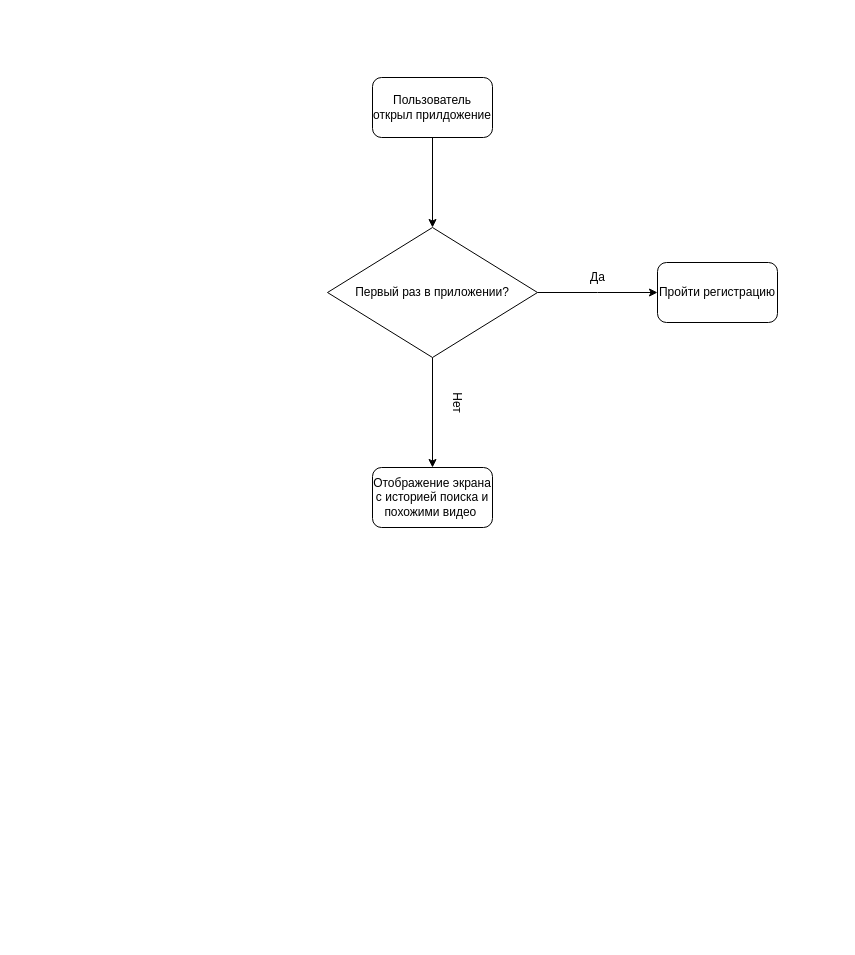
Before: Диаграмма последовательности.drawio in dimafominykh/univer-, a draw.io diagram. Source tidied: cells renumbered, new cells numbered last; positions are measured from the earlier drawing's top-left corner, leaving out a move shared by most shapes. Both pictures are drawn from the tidied source at 100%, with x=0, y=0 at pixel (327, 77).
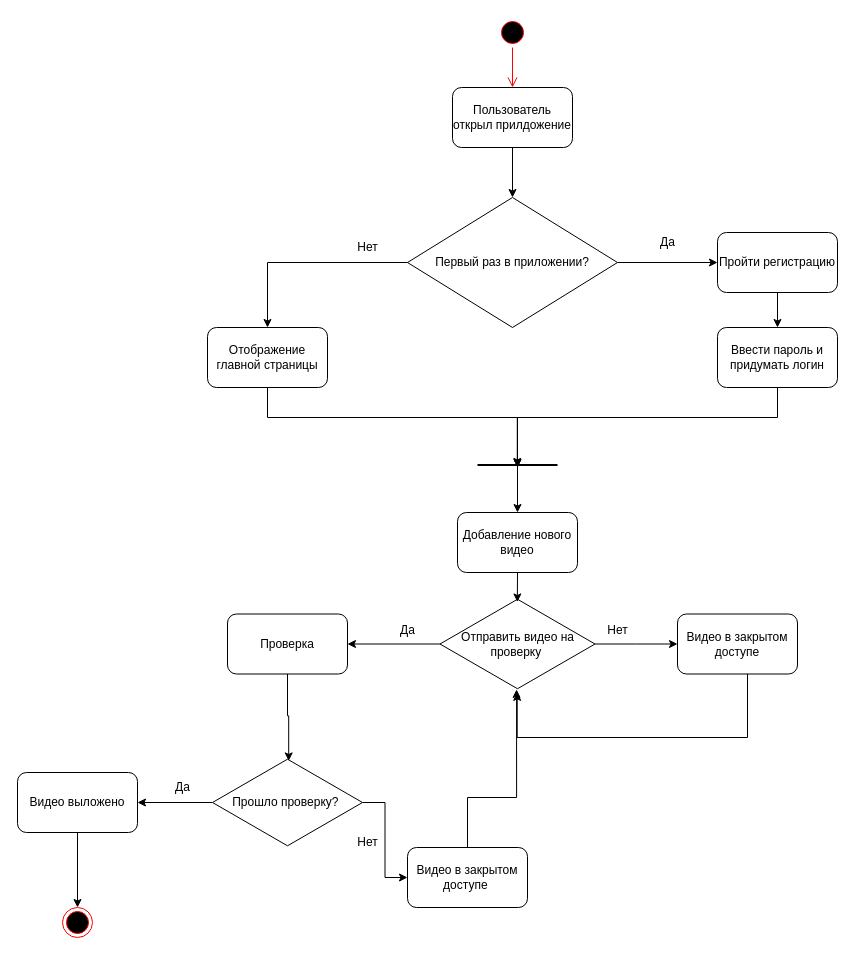
The same page after the edit.

Change to the diagram source:
```diff
@@
     <mxCell id="2" value="Пользователь открыл прилдожение" style="rounded=1;whiteSpace=wrap;html=1;" parent="1" vertex="1">
-      <mxGeometry x="45" width="120" height="60" as="geometry" />
+      <mxGeometry x="125" y="10" width="120" height="60" as="geometry" />
     </mxCell>
-    <mxCell id="3" style="edgeStyle=orthogonalEdgeStyle;rounded=0;jettySize=auto;html=1;exitX=1;exitY=0.5;exitDx=0;exitDy=0;" parent="1" edge="1" source="5">
-      <mxGeometry relative="1" as="geometry">
-        <mxPoint x="330" y="215" as="targetPoint" />
-      </mxGeometry>
+    <mxCell id="3" style="edgeStyle=orthogonalEdgeStyle;rounded=0;jettySize=auto;html=1;exitX=1;exitY=0.5;exitDx=0;exitDy=0;entryX=0;entryY=0.5;entryDx=0;entryDy=0;" parent="1" edge="1" source="5" target="7">
+      <mxGeometry relative="1" as="geometry" />
     </mxCell>
-    <mxCell id="4" style="edgeStyle=orthogonalEdgeStyle;rounded=0;jettySize=auto;html=1;exitX=0.5;exitY=1;exitDx=0;exitDy=0;entryX=0.5;entryY=0;entryDx=0;entryDy=0;" parent="1" edge="1" source="5" target="9">
+    <mxCell id="4" style="edgeStyle=orthogonalEdgeStyle;rounded=0;jettySize=auto;html=1;exitX=0;exitY=0.5;exitDx=0;exitDy=0;entryX=0.5;entryY=0;entryDx=0;entryDy=0;" parent="1" edge="1" source="5" target="9">
       <mxGeometry relative="1" as="geometry" />
     </mxCell>
     <mxCell id="5" value="Первый раз в приложении?" style="rhombus;whiteSpace=wrap;html=1;" parent="1" vertex="1">
-      <mxGeometry y="150" width="210" height="130" as="geometry" />
+      <mxGeometry x="80" y="120" width="210" height="130" as="geometry" />
     </mxCell>
@@
+    <mxCell id="11" style="edgeStyle=orthogonalEdgeStyle;rounded=0;jettySize=auto;html=1;exitX=0.5;exitY=1;exitDx=0;exitDy=0;" parent="1" edge="1" source="7" target="14">
+      <mxGeometry relative="1" as="geometry" />
+    </mxCell>
     <mxCell id="7" value="Пройти регистрацию" style="rounded=1;whiteSpace=wrap;html=1;" parent="1" vertex="1">
-      <mxGeometry x="330" y="185" width="120" height="60" as="geometry" />
+      <mxGeometry x="390" y="155" width="120" height="60" as="geometry" />
     </mxCell>
     <mxCell id="8" value="Да" style="text;html=1;align=center;verticalAlign=middle;strokeColor=none;fillColor=none;" parent="1" vertex="1">
-      <mxGeometry x="250" y="185" width="40" height="30" as="geometry" />
+      <mxGeometry x="320" y="150" width="40" height="30" as="geometry" />
     </mxCell>
+    <mxCell id="12" style="edgeStyle=orthogonalEdgeStyle;rounded=0;jettySize=auto;html=1;exitX=0.5;exitY=1;exitDx=0;exitDy=0;" parent="1" edge="1" source="9">
+      <mxGeometry relative="1" as="geometry">
+        <mxPoint x="190" y="390" as="targetPoint" />
+        <Array as="points">
+          <mxPoint x="-60" y="340" />
+          <mxPoint x="190" y="340" />
+        </Array>
+      </mxGeometry>
+    </mxCell>
-    <mxCell id="9" value="Отображение экрана с историей поиска и похожими видео&amp;nbsp;" style="rounded=1;whiteSpace=wrap;html=1;" parent="1" vertex="1">
-      <mxGeometry x="45" y="390" width="120" height="60" as="geometry" />
+    <mxCell id="9" value="Отображение главной страницы" style="rounded=1;whiteSpace=wrap;html=1;" parent="1" vertex="1">
+      <mxGeometry x="-120" y="250" width="120" height="60" as="geometry" />
     </mxCell>
-    <mxCell id="10" value="Нет" style="text;html=1;align=center;verticalAlign=middle;strokeColor=none;fillColor=none;rotation=90;" parent="1" vertex="1">
-      <mxGeometry x="110" y="310" width="40" height="30" as="geometry" />
+    <mxCell id="10" value="Нет" style="text;html=1;align=center;verticalAlign=middle;strokeColor=none;fillColor=none;rotation=0;" parent="1" vertex="1">
+      <mxGeometry x="20" y="155" width="40" height="30" as="geometry" />
     </mxCell>
+    <mxCell id="13" style="edgeStyle=orthogonalEdgeStyle;rounded=0;jettySize=auto;html=1;exitX=0.5;exitY=1;exitDx=0;exitDy=0;" parent="1" edge="1" source="40">
+      <mxGeometry relative="1" as="geometry">
+        <mxPoint x="190" y="390" as="targetPoint" />
+        <Array as="points">
+          <mxPoint x="190" y="340" />
+        </Array>
+      </mxGeometry>
+    </mxCell>
+    <mxCell id="14" value="Ввести пароль и придумать логин" style="rounded=1;whiteSpace=wrap;html=1;" parent="1" vertex="1">
+      <mxGeometry x="390" y="250" width="120" height="60" as="geometry" />
+    </mxCell>
+    <mxCell id="15" style="ellipse;html=1;shape=startState;fillColor=#000000;strokeColor=#ff0000;" parent="1" vertex="1">
+      <mxGeometry x="170" y="-60" width="30" height="30" as="geometry" />
+    </mxCell>
+    <mxCell id="16" style="edgeStyle=orthogonalEdgeStyle;html=1;verticalAlign=bottom;endArrow=open;endSize=8;strokeColor=#ff0000;rounded=0;entryX=0.5;entryY=0;entryDx=0;entryDy=0;" parent="1" edge="1" source="15" target="2">
+      <mxGeometry relative="1" as="geometry" />
+    </mxCell>
+    <mxCell id="17" value="Добавление нового видео" style="rounded=1;whiteSpace=wrap;html=1;" parent="1" vertex="1">
+      <mxGeometry x="130" y="435" width="120" height="60" as="geometry" />
+    </mxCell>
+    <mxCell id="18" style="endArrow=classic;html=1;rounded=0;entryX=0.5;entryY=0;entryDx=0;entryDy=0;exitX=0.5;exitY=0.571;exitDx=0;exitDy=0;exitPerimeter=0;" parent="1" edge="1" source="40" target="17">
+      <mxGeometry relative="1" as="geometry" />
+    </mxCell>
+    <mxCell id="19" style="edgeStyle=orthogonalEdgeStyle;rounded=0;jettySize=auto;html=1;" parent="1" edge="1" source="21">
+      <mxGeometry relative="1" as="geometry">
+        <mxPoint x="350" y="566.5" as="targetPoint" />
+      </mxGeometry>
+    </mxCell>
+    <mxCell id="20" style="edgeStyle=orthogonalEdgeStyle;rounded=0;jettySize=auto;html=1;entryX=1;entryY=0.5;entryDx=0;entryDy=0;" parent="1" edge="1" source="21" target="25">
+      <mxGeometry relative="1" as="geometry" />
+    </mxCell>
+    <mxCell id="21" value="Отправить видео на проверку&amp;nbsp;" style="html=1;whiteSpace=wrap;shape=isoRectangle;" parent="1" vertex="1">
+      <mxGeometry x="112.5" y="520" width="155" height="93" as="geometry" />
+    </mxCell>
+    <mxCell id="22" style="edgeStyle=orthogonalEdgeStyle;rounded=0;jettySize=auto;html=1;exitX=0.5;exitY=1;exitDx=0;exitDy=0;entryX=0.499;entryY=0.048;entryDx=0;entryDy=0;entryPerimeter=0;" parent="1" edge="1" source="17" target="21">
+      <mxGeometry relative="1" as="geometry" />
+    </mxCell>
+    <mxCell id="23" value="Видео в закрытом доступе" style="rounded=1;whiteSpace=wrap;html=1;" parent="1" vertex="1">
+      <mxGeometry x="350" y="536.5" width="120" height="60" as="geometry" />
+    </mxCell>
+    <mxCell id="24" value="Нет" style="text;html=1;align=center;verticalAlign=middle;strokeColor=none;fillColor=none;" parent="1" vertex="1">
+      <mxGeometry x="270" y="538" width="40" height="30" as="geometry" />
+    </mxCell>
+    <mxCell id="25" value="Проверка" style="rounded=1;whiteSpace=wrap;html=1;" parent="1" vertex="1">
+      <mxGeometry x="-100" y="536.5" width="120" height="60" as="geometry" />
+    </mxCell>
+    <mxCell id="26" value="Да" style="text;html=1;align=center;verticalAlign=middle;strokeColor=none;fillColor=none;" parent="1" vertex="1">
+      <mxGeometry x="60" y="538" width="40" height="30" as="geometry" />
+    </mxCell>
+    <mxCell id="27" style="edgeStyle=orthogonalEdgeStyle;rounded=0;jettySize=auto;html=1;entryX=1;entryY=0.5;entryDx=0;entryDy=0;" parent="1" edge="1" source="29" target="32">
+      <mxGeometry relative="1" as="geometry" />
+    </mxCell>
+    <mxCell id="28" style="edgeStyle=orthogonalEdgeStyle;rounded=0;jettySize=auto;html=1;entryX=0;entryY=0.5;entryDx=0;entryDy=0;" parent="1" edge="1" source="29" target="34">
+      <mxGeometry relative="1" as="geometry" />
+    </mxCell>
+    <mxCell id="29" value="Прошло проверку?&amp;nbsp;" style="html=1;whiteSpace=wrap;shape=isoRectangle;" parent="1" vertex="1">
+      <mxGeometry x="-115" y="680" width="150" height="90" as="geometry" />
+    </mxCell>
+    <mxCell id="30" style="edgeStyle=orthogonalEdgeStyle;rounded=0;jettySize=auto;html=1;exitX=0.5;exitY=1;exitDx=0;exitDy=0;entryX=0.508;entryY=0.038;entryDx=0;entryDy=0;entryPerimeter=0;" parent="1" edge="1" source="25" target="29">
+      <mxGeometry relative="1" as="geometry" />
+    </mxCell>
+    <mxCell id="31" style="edgeStyle=orthogonalEdgeStyle;rounded=0;jettySize=auto;html=1;exitX=0.5;exitY=1;exitDx=0;exitDy=0;entryX=0.5;entryY=0;entryDx=0;entryDy=0;" parent="1" edge="1" source="32" target="38">
+      <mxGeometry relative="1" as="geometry" />
+    </mxCell>
+    <mxCell id="32" value="Видео выложено" style="rounded=1;whiteSpace=wrap;html=1;" parent="1" vertex="1">
+      <mxGeometry x="-310" y="695" width="120" height="60" as="geometry" />
+    </mxCell>
+    <mxCell id="33" value="Да" style="text;html=1;align=center;verticalAlign=middle;strokeColor=none;fillColor=none;" parent="1" vertex="1">
+      <mxGeometry x="-165" y="695" width="40" height="30" as="geometry" />
+    </mxCell>
+    <mxCell id="34" value="Видео в закрытом доступе&amp;nbsp;" style="rounded=1;whiteSpace=wrap;html=1;" parent="1" vertex="1">
+      <mxGeometry x="80" y="770" width="120" height="60" as="geometry" />
+    </mxCell>
+    <mxCell id="35" style="edgeStyle=orthogonalEdgeStyle;rounded=0;jettySize=auto;html=1;entryX=0.498;entryY=1.02;entryDx=0;entryDy=0;entryPerimeter=0;" parent="1" edge="1" source="23" target="21">
+      <mxGeometry relative="1" as="geometry">
+        <Array as="points">
+          <mxPoint x="420" y="660" />
+          <mxPoint x="190" y="660" />
+        </Array>
+      </mxGeometry>
+    </mxCell>
+    <mxCell id="36" value="Нет" style="text;html=1;align=center;verticalAlign=middle;strokeColor=none;fillColor=none;" parent="1" vertex="1">
+      <mxGeometry x="20" y="750" width="40" height="30" as="geometry" />
+    </mxCell>
+    <mxCell id="37" style="edgeStyle=orthogonalEdgeStyle;rounded=0;jettySize=auto;html=1;exitX=0.5;exitY=0;exitDx=0;exitDy=0;entryX=0.494;entryY=0.989;entryDx=0;entryDy=0;entryPerimeter=0;" parent="1" edge="1" source="34" target="21">
+      <mxGeometry relative="1" as="geometry">
+        <Array as="points">
+          <mxPoint x="140" y="720" />
+          <mxPoint x="189" y="720" />
+        </Array>
+      </mxGeometry>
+    </mxCell>
+    <mxCell id="38" style="ellipse;html=1;shape=endState;fillColor=#000000;strokeColor=#ff0000;" parent="1" vertex="1">
+      <mxGeometry x="-265" y="830" width="30" height="30" as="geometry" />
+    </mxCell>
+    <mxCell id="39" style="edgeStyle=orthogonalEdgeStyle;rounded=0;jettySize=auto;html=1;exitX=0.5;exitY=1;exitDx=0;exitDy=0;entryX=0.497;entryY=0.541;entryDx=0;entryDy=0;entryPerimeter=0;" parent="1" edge="1" source="14" target="40">
+      <mxGeometry relative="1" as="geometry">
+        <Array as="points">
+          <mxPoint x="450" y="340" />
+          <mxPoint x="190" y="340" />
+        </Array>
+      </mxGeometry>
+    </mxCell>
+    <mxCell id="40" style="line;strokeWidth=2;html=1;" parent="1" vertex="1">
+      <mxGeometry x="150" y="370" width="80" height="35" as="geometry" />
+    </mxCell>
```
